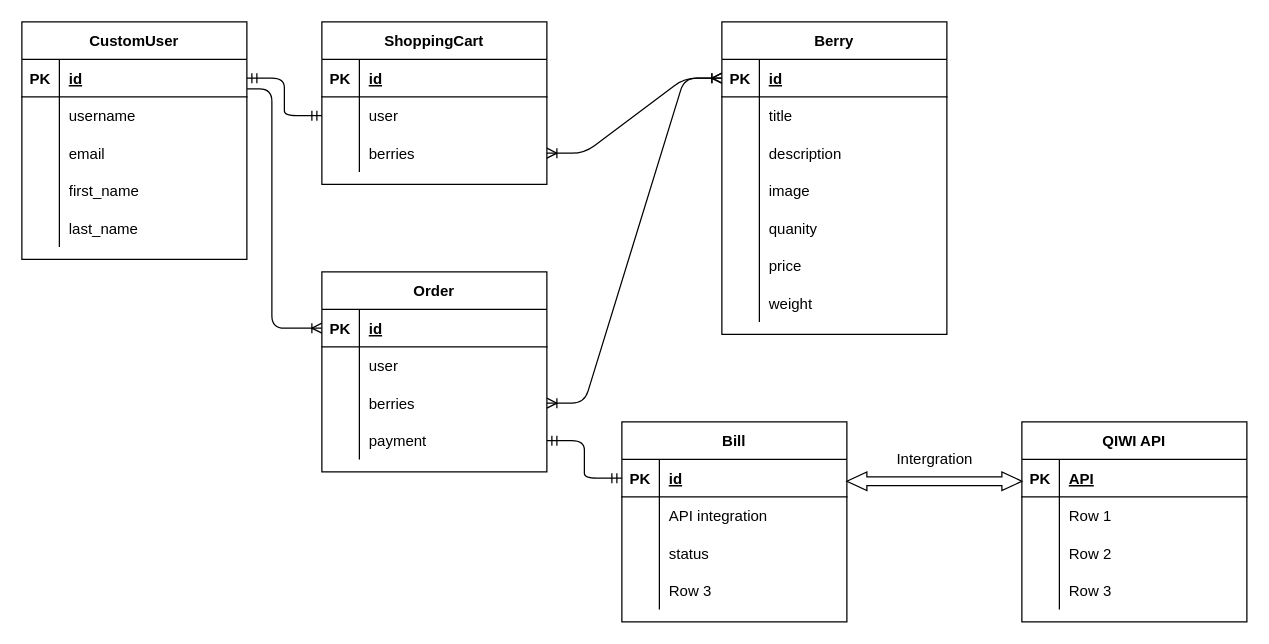
The draw.io diagram web-api/db.dio in Egor4ik325/anyberry, before the edit. Source tidied: cells renumbered, new cells numbered last; positions are measured from the earlier drawing's top-left corner, leaving out a move shared by most shapes. Both pictures are drawn from the tidied source at 125%, with x=0, y=0 at pixel (21, 21).
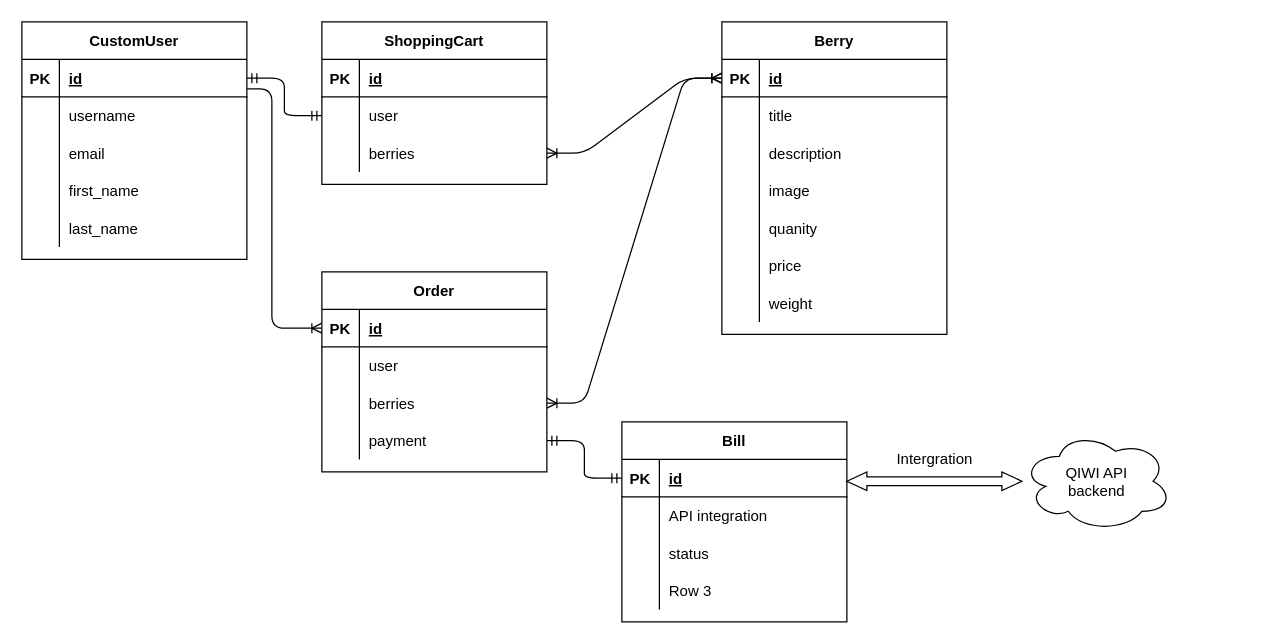
The same diagram, later.

Diff of the diagram source:
```diff
@@
-    <mxCell id="81" value="QIWI API" style="shape=table;startSize=30;childLayout=tableLayout;rowLines=0;fontStyle=1;align=center;" parent="1" vertex="1">
-      <mxGeometry x="800" y="320" width="180" height="160" as="geometry" />
-    </mxCell>
-    <mxCell id="82" style="shape=partialRectangle;fillColor=none;top=0;left=0;bottom=1;right=0;" parent="81" vertex="1">
-      <mxGeometry y="30" width="180" height="30" as="geometry" />
-    </mxCell>
-    <mxCell id="83" value="PK" style="shape=partialRectangle;fillColor=none;top=0;left=0;bottom=0;right=0;fontStyle=1;overflow=hidden;" parent="82" vertex="1">
-      <mxGeometry width="30" height="30" as="geometry" />
-    </mxCell>
-    <mxCell id="84" value="API" style="shape=partialRectangle;fillColor=none;top=0;left=0;bottom=0;right=0;align=left;spacingLeft=6;fontStyle=5;overflow=hidden;" parent="82" vertex="1">
-      <mxGeometry x="30" width="150" height="30" as="geometry" />
-    </mxCell>
-    <mxCell id="85" style="shape=partialRectangle;fillColor=none;top=0;left=0;bottom=0;right=0;" parent="81" vertex="1">
-      <mxGeometry y="60" width="180" height="30" as="geometry" />
-    </mxCell>
-    <mxCell id="86" style="shape=partialRectangle;fillColor=none;top=0;left=0;bottom=0;right=0;overflow=hidden;" parent="85" vertex="1">
-      <mxGeometry width="30" height="30" as="geometry" />
-    </mxCell>
-    <mxCell id="87" value="Row 1" style="shape=partialRectangle;fillColor=none;top=0;left=0;bottom=0;right=0;align=left;spacingLeft=6;overflow=hidden;" parent="85" vertex="1">
-      <mxGeometry x="30" width="150" height="30" as="geometry" />
-    </mxCell>
-    <mxCell id="88" style="shape=partialRectangle;fillColor=none;top=0;left=0;bottom=0;right=0;" parent="81" vertex="1">
-      <mxGeometry y="90" width="180" height="30" as="geometry" />
-    </mxCell>
-    <mxCell id="89" style="shape=partialRectangle;fillColor=none;top=0;left=0;bottom=0;right=0;overflow=hidden;" parent="88" vertex="1">
-      <mxGeometry width="30" height="30" as="geometry" />
-    </mxCell>
-    <mxCell id="90" value="Row 2" style="shape=partialRectangle;fillColor=none;top=0;left=0;bottom=0;right=0;align=left;spacingLeft=6;overflow=hidden;" parent="88" vertex="1">
-      <mxGeometry x="30" width="150" height="30" as="geometry" />
-    </mxCell>
-    <mxCell id="91" style="shape=partialRectangle;fillColor=none;top=0;left=0;bottom=0;right=0;" parent="81" vertex="1">
-      <mxGeometry y="120" width="180" height="30" as="geometry" />
-    </mxCell>
-    <mxCell id="92" style="shape=partialRectangle;fillColor=none;top=0;left=0;bottom=0;right=0;overflow=hidden;" parent="91" vertex="1">
-      <mxGeometry width="30" height="30" as="geometry" />
-    </mxCell>
-    <mxCell id="93" value="Row 3" style="shape=partialRectangle;fillColor=none;top=0;left=0;bottom=0;right=0;align=left;spacingLeft=6;overflow=hidden;" parent="91" vertex="1">
-      <mxGeometry x="30" width="150" height="30" as="geometry" />
-    </mxCell>
@@
+    <mxCell id="96" value="QIWI API&lt;br&gt;backend" style="ellipse;shape=cloud;whiteSpace=wrap;html=1;" parent="1" vertex="1">
+      <mxGeometry x="800" y="327.5" width="120" height="80" as="geometry" />
+    </mxCell>
```
